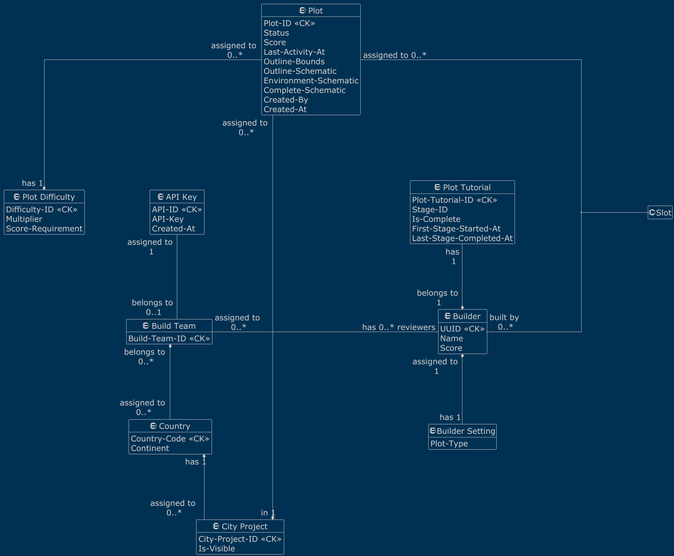
Above: conceptual-db.png in AlpsBTE/Plot-System-DB (PlantUML), before the change.
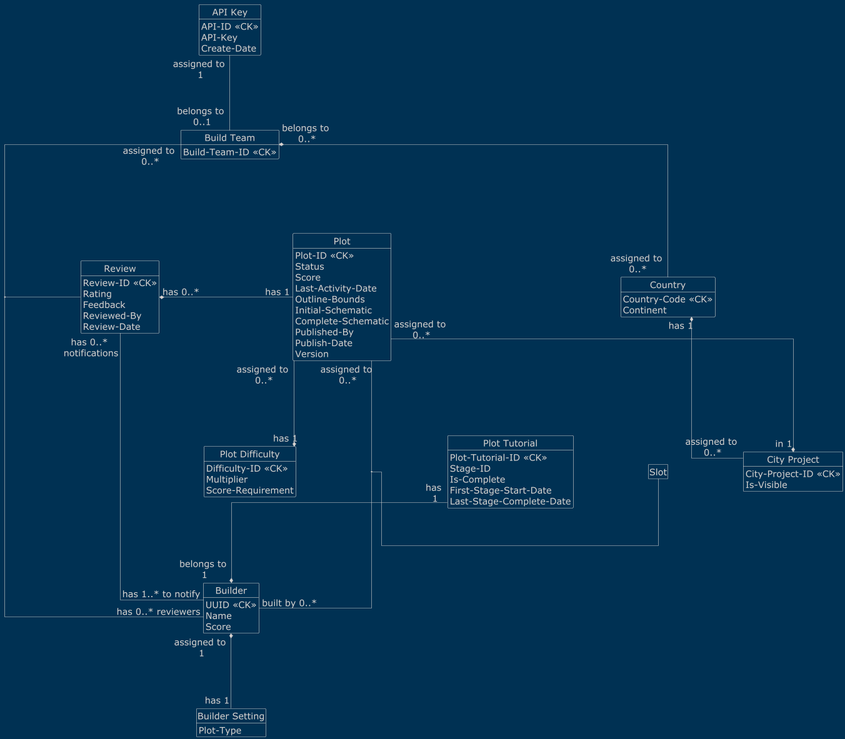
The same diagram one commit later.

Commit message:
add review table and fix few issues

The edit, as a diff of the source:
```diff
@@ -5,13 +5,14 @@
 
 skinparam linetype ortho
 
+hide circle
 hide empty members
 !theme blueprint
 
 entity "API Key" as api_key {
     API-ID <<CK>>
     API-Key
-    Created-At
+    Create-Date
 }
 
 entity "Build Team" as build_team {
@@ -48,33 +49,44 @@
     Plot-ID <<CK>>
     Status
     Score
-    Last-Activity-At
+    Last-Activity-Date
     Outline-Bounds
-    Outline-Schematic
-    Environment-Schematic
+    Initial-Schematic
     Complete-Schematic
-    Created-By
-    Created-At
+    Published-By
+    Publish-Date
+    Version
 }
 
 entity "Plot Tutorial" as plot_tutorial {
     Plot-Tutorial-ID <<CK>>
     Stage-ID
     Is-Complete
-    First-Stage-Started-At
-    Last-Stage-Completed-At
+    First-Stage-Start-Date
+    Last-Stage-Complete-Date
+}
+
+entity "Review" as review {
+    Review-ID <<CK>>
+    Rating
+    Feedback
+    Reviewed-By
+    Review-Date
 }
 
 api_key "assigned to \n1" -- "belongs to \n0..1" build_team
 
 build_team "belongs to \n0..*" *-- "assigned to \n0..*" country
-build_team "assigned to \n0..*" - "has 0..* reviewers" builder
+build_team "assigned to \n0..*" -- "has 0..* reviewers" builder
+review "has 0..*\n notifications" -- "has 1..* to notify" builder
+review "has 0..*" *- "has 1" plot
+(build_team, builder) - review
 
 country "has 1" *-- "assigned to \n0..*" city_project
 
 builder "assigned to \n1" *-- "has 1" builder_setting
 
-plot "assigned to 0..*" -- "built by \n0..*" builder
+plot "assigned to\n 0..*" -- "built by 0..*" builder
 (builder, plot) -- "Slot"
 
 plot "assigned to \n0..*" --* "in 1" city_project
```
